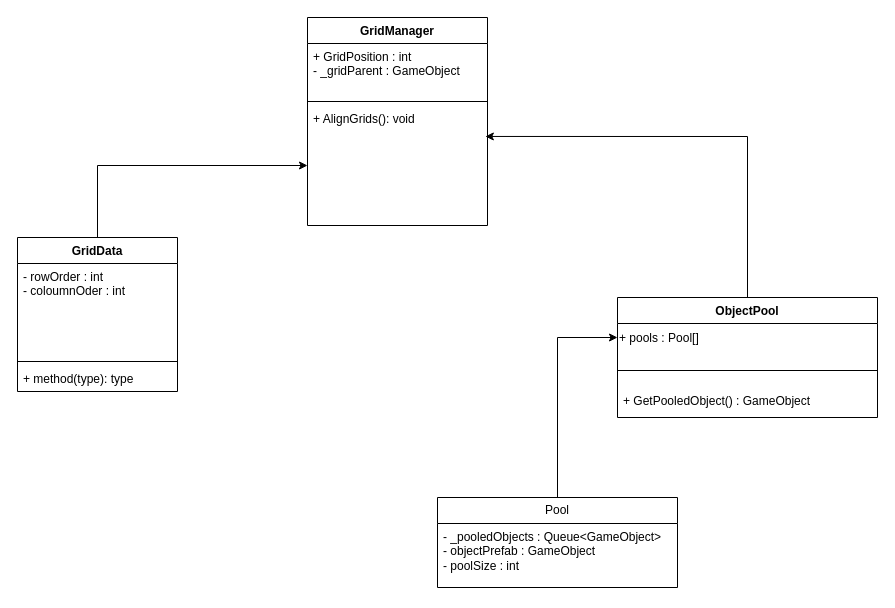
This is Task2UML.drawio from jackwak/UML, a draw.io file, before an edit. Source tidied: cells renumbered, new cells numbered last; positions are measured from the earlier drawing's top-left corner, leaving out a move shared by most shapes. Both pictures are drawn from the tidied source at 100%, with x=0, y=0 at pixel (17, 17).
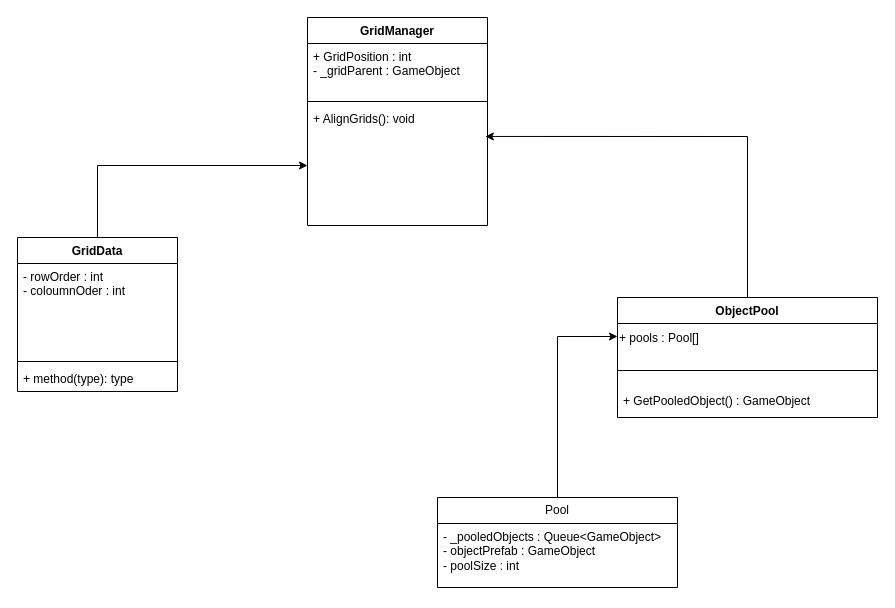
Above is the later version.

Diff of the diagram source:
```diff
@@
 <mxGraphModel>
   <root>
     <mxCell id="0" />
     <mxCell id="1" parent="0" />
     <mxCell id="2" style="edgeStyle=orthogonalEdgeStyle;rounded=0;jettySize=auto;html=1;" parent="1" edge="1" source="3" target="10">
       <mxGeometry relative="1" as="geometry" />
     </mxCell>
     <mxCell id="3" value="GridData" style="swimlane;fontStyle=1;align=center;verticalAlign=top;horizontal=1;startSize=26;whiteSpace=wrap;html=1;" parent="1" vertex="1">
       <mxGeometry y="220" width="160" height="154" as="geometry" />
     </mxCell>
     <mxCell id="4" value="- rowOrder : int&lt;br&gt;- coloumnOder : int" style="text;strokeColor=none;fillColor=none;align=left;verticalAlign=top;spacingLeft=4;spacingRight=4;overflow=hidden;whiteSpace=wrap;html=1;" parent="3" vertex="1">
       <mxGeometry y="26" width="160" height="94" as="geometry" />
     </mxCell>
     <mxCell id="5" style="line;strokeWidth=1;fillColor=none;align=left;verticalAlign=middle;spacingTop=-1;spacingLeft=3;spacingRight=3;labelPosition=right;strokeColor=inherit;" parent="3" vertex="1">
       <mxGeometry y="120" width="160" height="8" as="geometry" />
     </mxCell>
     <mxCell id="6" value="+ method(type): type" style="text;strokeColor=none;fillColor=none;align=left;verticalAlign=top;spacingLeft=4;spacingRight=4;overflow=hidden;whiteSpace=wrap;html=1;" parent="3" vertex="1">
       <mxGeometry y="128" width="160" height="26" as="geometry" />
     </mxCell>
     <mxCell id="7" value="GridManager" style="swimlane;fontStyle=1;align=center;verticalAlign=top;horizontal=1;startSize=26;whiteSpace=wrap;html=1;" parent="1" vertex="1">
       <mxGeometry x="290" width="180" height="208" as="geometry" />
     </mxCell>
     <mxCell id="8" value="+ GridPosition : int&lt;br&gt;- _gridParent : GameObject" style="text;strokeColor=none;fillColor=none;align=left;verticalAlign=top;spacingLeft=4;spacingRight=4;overflow=hidden;whiteSpace=wrap;html=1;" parent="7" vertex="1">
       <mxGeometry y="26" width="180" height="54" as="geometry" />
     </mxCell>
     <mxCell id="9" style="line;strokeWidth=1;fillColor=none;align=left;verticalAlign=middle;spacingTop=-1;spacingLeft=3;spacingRight=3;labelPosition=right;strokeColor=inherit;" parent="7" vertex="1">
       <mxGeometry y="80" width="180" height="8" as="geometry" />
     </mxCell>
     <mxCell id="10" value="+ AlignGrids(): void" style="text;strokeColor=none;fillColor=none;align=left;verticalAlign=top;spacingLeft=4;spacingRight=4;overflow=hidden;points=[[0,0.5],[1,0.5]];portConstraint=eastwest;whiteSpace=wrap;html=1;" parent="7" vertex="1">
       <mxGeometry y="88" width="180" height="120" as="geometry" />
     </mxCell>
     <mxCell id="11" value="ObjectPool" style="swimlane;fontStyle=1;align=center;verticalAlign=top;horizontal=1;startSize=26;whiteSpace=wrap;html=1;" parent="1" vertex="1">
       <mxGeometry x="600" y="280" width="260" height="120" as="geometry" />
     </mxCell>
     <mxCell id="12" value="+ pools : Pool[]" style="text;html=1;align=left;verticalAlign=middle;points=[];strokeColor=none;fillColor=none;" parent="11" vertex="1">
       <mxGeometry y="26" width="260" height="30" as="geometry" />
     </mxCell>
     <mxCell id="13" style="line;strokeWidth=1;fillColor=none;align=left;verticalAlign=middle;spacingTop=-1;spacingLeft=3;spacingRight=3;labelPosition=right;strokeColor=inherit;" parent="11" vertex="1">
       <mxGeometry y="56" width="260" height="34" as="geometry" />
     </mxCell>
     <mxCell id="14" value="+ GetPooledObject() : GameObject" style="text;strokeColor=none;fillColor=none;align=left;verticalAlign=top;spacingLeft=4;spacingRight=4;overflow=hidden;whiteSpace=wrap;html=1;" parent="11" vertex="1">
       <mxGeometry y="90" width="260" height="30" as="geometry" />
     </mxCell>
     <mxCell id="15" style="rounded=0;jettySize=auto;html=1;entryX=0.988;entryY=0.258;entryDx=0;entryDy=0;entryPerimeter=0;edgeStyle=orthogonalEdgeStyle;" parent="1" edge="1" source="11" target="10">
       <mxGeometry relative="1" as="geometry" />
     </mxCell>
     <mxCell id="16" value="Pool" style="swimlane;fontStyle=0;horizontal=1;startSize=26;fillColor=none;whiteSpace=wrap;html=1;" parent="1" vertex="1">
       <mxGeometry x="420" y="480" width="240" height="90" as="geometry" />
     </mxCell>
     <mxCell id="17" value="- _pooledObjects : Queue&amp;lt;GameObject&amp;gt;&lt;br style=&quot;border-color: var(--border-color);&quot;&gt;- objectPrefab : GameObject&lt;br style=&quot;border-color: var(--border-color);&quot;&gt;- poolSize : int" style="text;strokeColor=none;fillColor=none;align=left;verticalAlign=top;spacingLeft=4;spacingRight=4;overflow=hidden;whiteSpace=wrap;html=1;" parent="16" vertex="1">
       <mxGeometry y="26" width="240" height="64" as="geometry" />
     </mxCell>
-    <mxCell id="18" style="edgeStyle=orthogonalEdgeStyle;rounded=0;jettySize=auto;html=1;entryX=0;entryY=0.467;entryDx=0;entryDy=0;entryPerimeter=0;" parent="1" edge="1" source="16" target="12">
+    <mxCell id="18" style="edgeStyle=orthogonalEdgeStyle;rounded=0;jettySize=auto;html=1;entryX=0;entryY=0.433;entryDx=0;entryDy=0;entryPerimeter=0;" parent="1" edge="1" source="16" target="12">
       <mxGeometry relative="1" as="geometry" />
     </mxCell>
   </root>
 </mxGraphModel>
```
